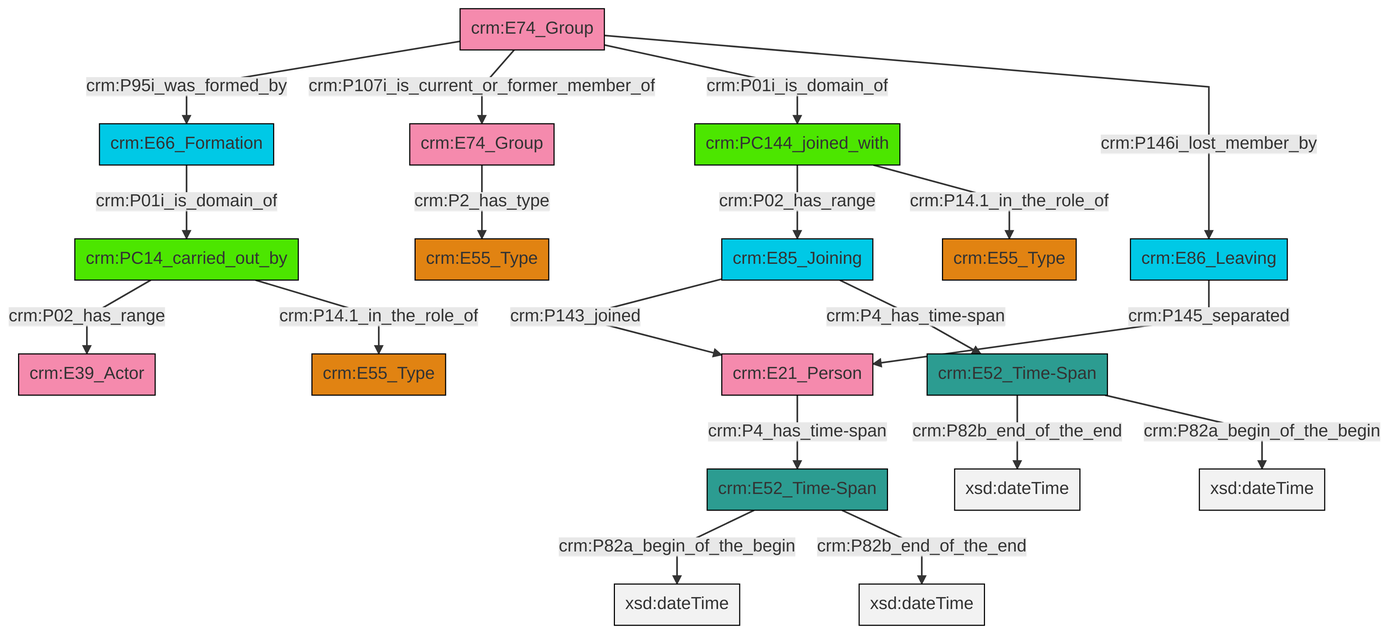
swiss-art-research-net/docs.swissartresearch keeps this Mermaid diagram as et/groupCSV/ttl/mmd/png/group_actor_relations.png. Above is the earlier version. Its source is kept beside it as et/groupCSV/ttl/mmd/group_actor_relations.ttl.mmd.
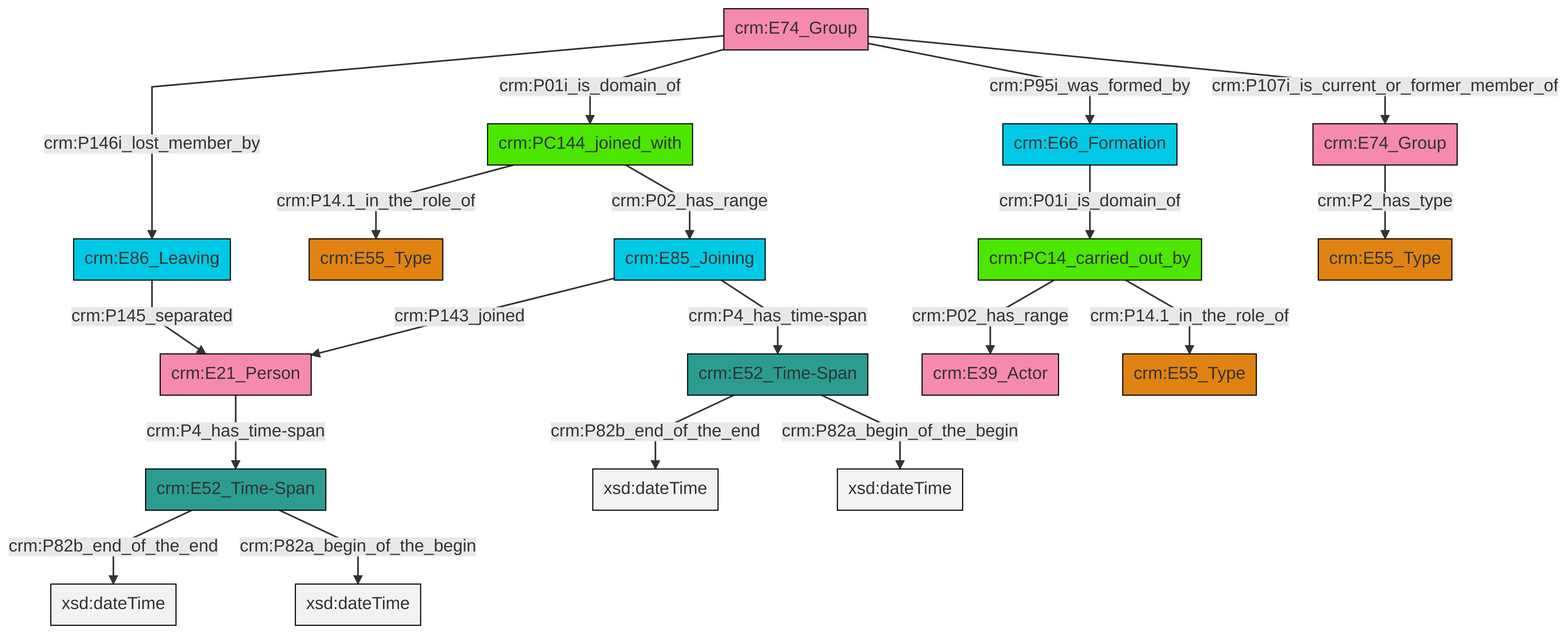
Later version of the same file.

Diff of the diagram source:
```diff
@@ -13,21 +13,21 @@
 classDef PC_Classes fill:#4ce600, stroke:#000000;
 classDef Multi fill:#cccccc,stroke:#000000;
 
-4["crm:E21_Person"]:::Actor -->|crm:P4_has_time-span| 5["crm:E52_Time-Span"]:::Time-Span
-8["crm:E66_Formation"]:::Temporal_Entity -->|crm:P01i_is_domain_of| 9["crm:PC14_carried_out_by"]:::PC_Classes
-10["crm:E85_Joining"]:::Temporal_Entity -->|crm:P143_joined| 4["crm:E21_Person"]:::Actor
-15["crm:E86_Leaving"]:::Temporal_Entity -->|crm:P145_separated| 4["crm:E21_Person"]:::Actor
-16["crm:E74_Group"]:::Actor -->|crm:P95i_was_formed_by| 8["crm:E66_Formation"]:::Temporal_Entity
-17["crm:PC144_joined_with"]:::PC_Classes -->|crm:P02_has_range| 10["crm:E85_Joining"]:::Temporal_Entity
-16["crm:E74_Group"]:::Actor -->|crm:P107i_is_current_or_former_member_of| 2["crm:E74_Group"]:::Actor
+0["crm:E52_Time-Span"]:::Time-Span -->|crm:P82b_end_of_the_end| 1[xsd:dateTime]:::Literal
+2["crm:E85_Joining"]:::Temporal_Entity -->|crm:P143_joined| 3["crm:E21_Person"]:::Actor
+4["crm:E74_Group"]:::Actor -->|crm:P146i_lost_member_by| 5["crm:E86_Leaving"]:::Temporal_Entity
+4["crm:E74_Group"]:::Actor -->|crm:P01i_is_domain_of| 6["crm:PC144_joined_with"]:::PC_Classes
+12["crm:E66_Formation"]:::Temporal_Entity -->|crm:P01i_is_domain_of| 8["crm:PC14_carried_out_by"]:::PC_Classes
+8["crm:PC14_carried_out_by"]:::PC_Classes -->|crm:P02_has_range| 13["crm:E39_Actor"]:::Actor
+6["crm:PC144_joined_with"]:::PC_Classes -->|crm:P14.1_in_the_role_of| 10["crm:E55_Type"]:::Type
+4["crm:E74_Group"]:::Actor -->|crm:P95i_was_formed_by| 12["crm:E66_Formation"]:::Temporal_Entity
 18["crm:E52_Time-Span"]:::Time-Span -->|crm:P82b_end_of_the_end| 19[xsd:dateTime]:::Literal
-9["crm:PC14_carried_out_by"]:::PC_Classes -->|crm:P02_has_range| 6["crm:E39_Actor"]:::Actor
-16["crm:E74_Group"]:::Actor -->|crm:P01i_is_domain_of| 17["crm:PC144_joined_with"]:::PC_Classes
-10["crm:E85_Joining"]:::Temporal_Entity -->|crm:P4_has_time-span| 18["crm:E52_Time-Span"]:::Time-Span
-2["crm:E74_Group"]:::Actor -->|crm:P2_has_type| 20["crm:E55_Type"]:::Type
-16["crm:E74_Group"]:::Actor -->|crm:P146i_lost_member_by| 15["crm:E86_Leaving"]:::Temporal_Entity
-18["crm:E52_Time-Span"]:::Time-Span -->|crm:P82a_begin_of_the_begin| 22[xsd:dateTime]:::Literal
-5["crm:E52_Time-Span"]:::Time-Span -->|crm:P82a_begin_of_the_begin| 23[xsd:dateTime]:::Literal
-5["crm:E52_Time-Span"]:::Time-Span -->|crm:P82b_end_of_the_end| 26[xsd:dateTime]:::Literal
-9["crm:PC14_carried_out_by"]:::PC_Classes -->|crm:P14.1_in_the_role_of| 0["crm:E55_Type"]:::Type
-17["crm:PC144_joined_with"]:::PC_Classes -->|crm:P14.1_in_the_role_of| 24["crm:E55_Type"]:::Type
+0["crm:E52_Time-Span"]:::Time-Span -->|crm:P82a_begin_of_the_begin| 21[xsd:dateTime]:::Literal
+5["crm:E86_Leaving"]:::Temporal_Entity -->|crm:P145_separated| 3["crm:E21_Person"]:::Actor
+6["crm:PC144_joined_with"]:::PC_Classes -->|crm:P02_has_range| 2["crm:E85_Joining"]:::Temporal_Entity
+18["crm:E52_Time-Span"]:::Time-Span -->|crm:P82a_begin_of_the_begin| 28[xsd:dateTime]:::Literal
+8["crm:PC14_carried_out_by"]:::PC_Classes -->|crm:P14.1_in_the_role_of| 15["crm:E55_Type"]:::Type
+2["crm:E85_Joining"]:::Temporal_Entity -->|crm:P4_has_time-span| 18["crm:E52_Time-Span"]:::Time-Span
+3["crm:E21_Person"]:::Actor -->|crm:P4_has_time-span| 0["crm:E52_Time-Span"]:::Time-Span
+4["crm:E74_Group"]:::Actor -->|crm:P107i_is_current_or_former_member_of| 29["crm:E74_Group"]:::Actor
+29["crm:E74_Group"]:::Actor -->|crm:P2_has_type| 24["crm:E55_Type"]:::Type
```
